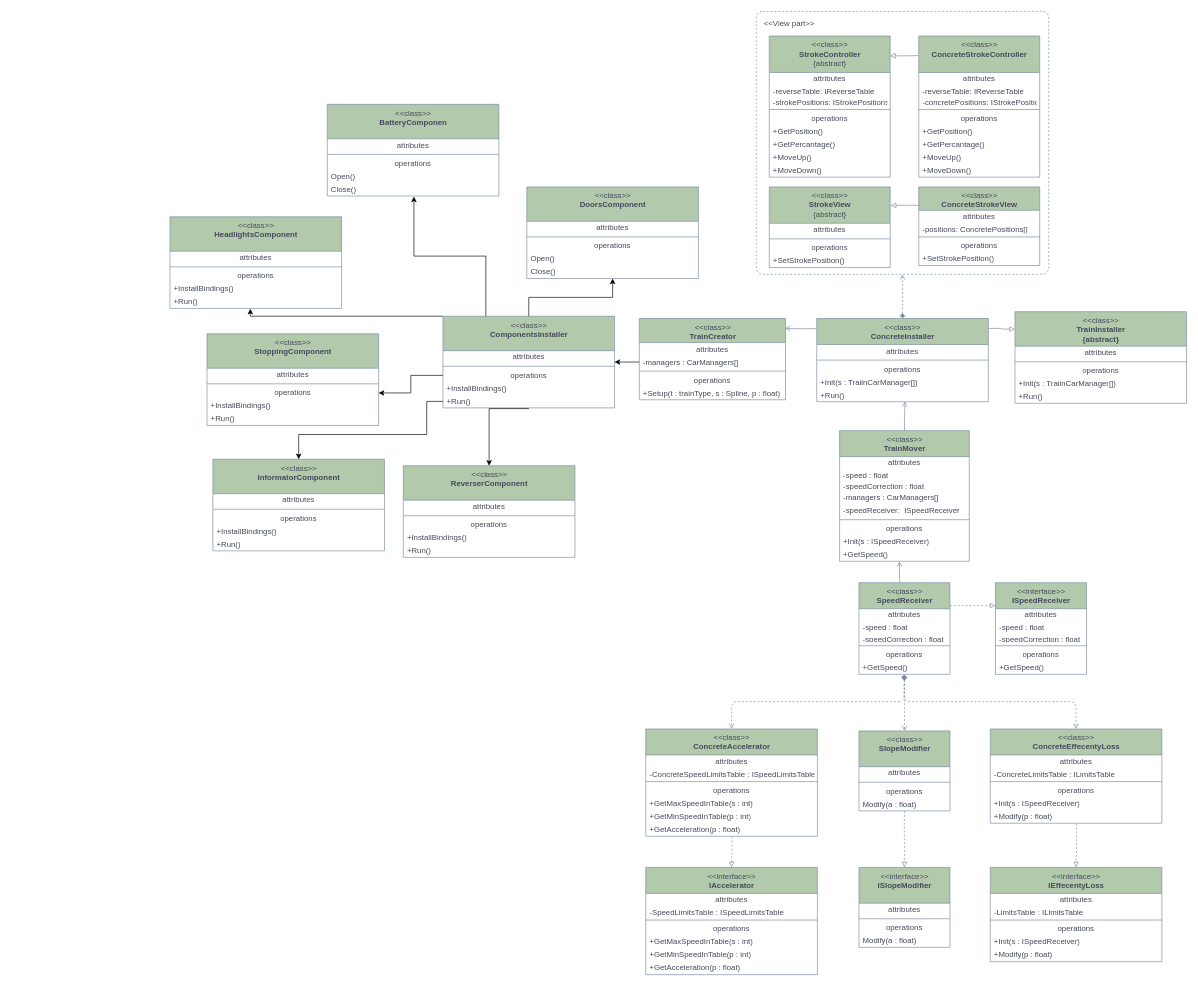
This is UML1.drawio from Artemor31/Files, a draw.io file, before an edit. Source tidied: cells renumbered, new cells numbered last; positions are measured from the earlier drawing's top-left corner, leaving out a move shared by most shapes. Both pictures are drawn from the tidied source at 65%, with x=0, y=0 at pixel (170, 11).
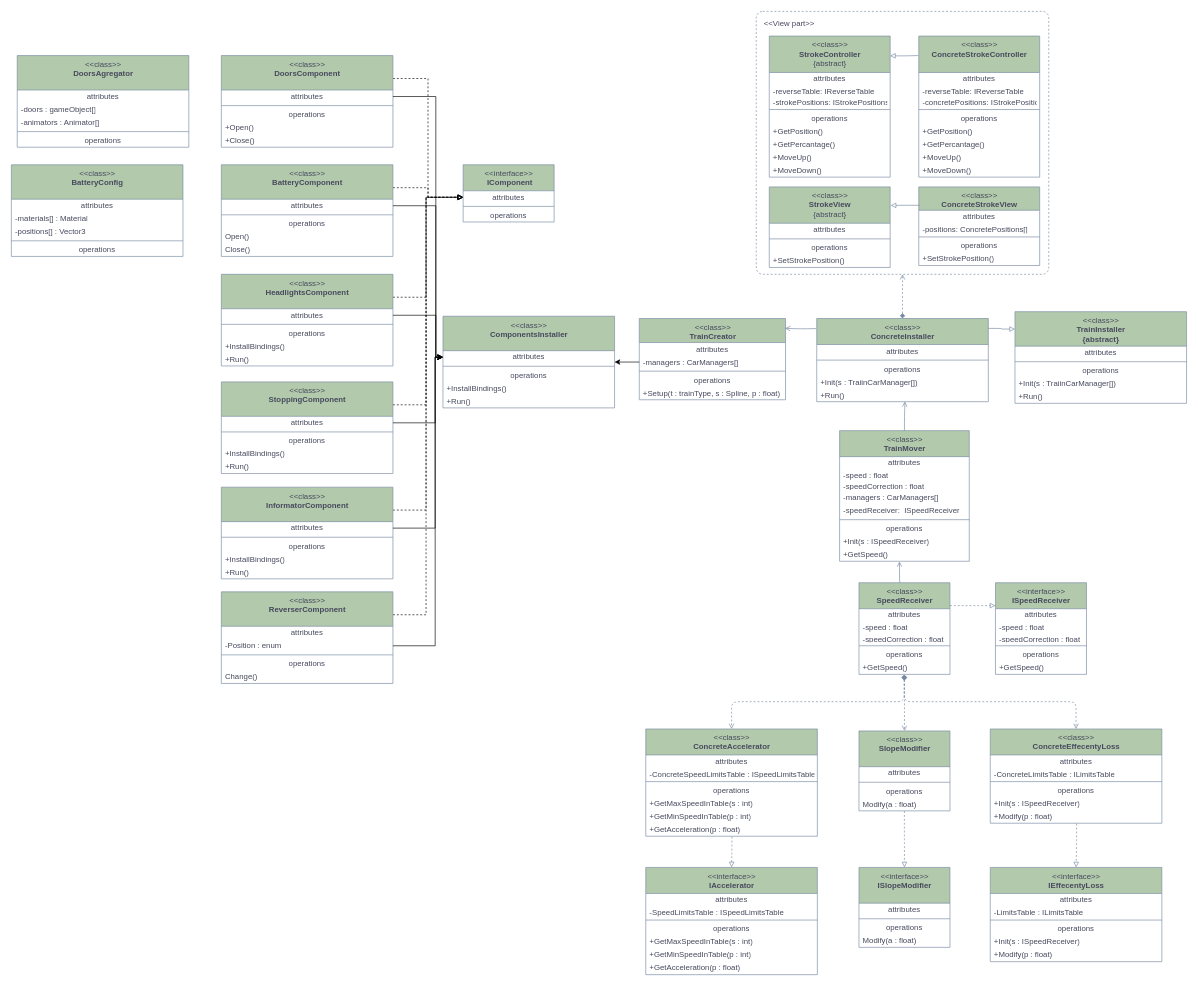
After the change.

The change refers to these unchanged cells:
```xml
<mxCell id="133" value="&amp;lt;&amp;lt;class&amp;gt;&amp;gt;&lt;br&gt;&lt;b&gt;ComponentsInstaller&lt;br&gt;&lt;/b&gt;" style="swimlane;fontStyle=0;align=center;verticalAlign=top;horizontal=1;startSize=53;html=1;fillColor=#B2C9AB;strokeColor=#788AA3;fontColor=#46495D;" parent="1" vertex="1">
  <mxGeometry x="420" y="469" width="264" height="141" as="geometry" />
</mxCell>
<mxCell id="134" value="attributes" style="text;html=1;strokeColor=none;fillColor=none;align=center;verticalAlign=middle;spacingLeft=4;spacingRight=4;overflow=hidden;points=[[0,0.5],[1,0.5]];portConstraint=eastwest;fontColor=#46495D;" parent="133" vertex="1">
  <mxGeometry y="53" width="264" height="20" as="geometry" />
</mxCell>
<mxCell id="136" value="operations" style="text;html=1;strokeColor=none;fillColor=none;align=center;verticalAlign=middle;spacingLeft=4;spacingRight=4;overflow=hidden;points=[[0,0.5],[1,0.5]];portConstraint=eastwest;fontColor=#46495D;" parent="133" vertex="1">
  <mxGeometry y="81" width="264" height="20" as="geometry" />
</mxCell>
<mxCell id="138" value="+Run()" style="text;html=1;strokeColor=none;fillColor=none;align=left;verticalAlign=middle;spacingLeft=4;spacingRight=4;overflow=hidden;points=[[0,0.5],[1,0.5]];portConstraint=eastwest;fontColor=#46495D;" parent="133" vertex="1">
  <mxGeometry y="121" width="264" height="20" as="geometry" />
</mxCell>
<mxCell id="141" value="attributes" style="text;html=1;strokeColor=none;fillColor=none;align=center;verticalAlign=middle;spacingLeft=4;spacingRight=4;overflow=hidden;points=[[0,0.5],[1,0.5]];portConstraint=eastwest;fontColor=#46495D;" parent="140" vertex="1">
  <mxGeometry y="53" width="264" height="20" as="geometry" />
</mxCell>
<mxCell id="147" value="attributes" style="text;html=1;strokeColor=none;fillColor=none;align=center;verticalAlign=middle;spacingLeft=4;spacingRight=4;overflow=hidden;points=[[0,0.5],[1,0.5]];portConstraint=eastwest;fontColor=#46495D;" parent="146" vertex="1">
  <mxGeometry y="53" width="264" height="20" as="geometry" />
</mxCell>
<mxCell id="151" value="+Run()" style="text;html=1;strokeColor=none;fillColor=none;align=left;verticalAlign=middle;spacingLeft=4;spacingRight=4;overflow=hidden;points=[[0,0.5],[1,0.5]];portConstraint=eastwest;fontColor=#46495D;" parent="146" vertex="1">
  <mxGeometry y="121" width="264" height="20" as="geometry" />
</mxCell>
<mxCell id="153" value="attributes" style="text;html=1;strokeColor=none;fillColor=none;align=center;verticalAlign=middle;spacingLeft=4;spacingRight=4;overflow=hidden;points=[[0,0.5],[1,0.5]];portConstraint=eastwest;fontColor=#46495D;" parent="152" vertex="1">
  <mxGeometry y="53" width="264" height="20" as="geometry" />
</mxCell>
<mxCell id="155" value="operations" style="text;html=1;strokeColor=none;fillColor=none;align=center;verticalAlign=middle;spacingLeft=4;spacingRight=4;overflow=hidden;points=[[0,0.5],[1,0.5]];portConstraint=eastwest;fontColor=#46495D;" parent="152" vertex="1">
  <mxGeometry y="81" width="264" height="20" as="geometry" />
</mxCell>
<mxCell id="167" value="attributes" style="text;html=1;strokeColor=none;fillColor=none;align=center;verticalAlign=middle;spacingLeft=4;spacingRight=4;overflow=hidden;points=[[0,0.5],[1,0.5]];portConstraint=eastwest;fontColor=#46495D;" parent="166" vertex="1">
  <mxGeometry y="53" width="264" height="20" as="geometry" />
</mxCell>
<mxCell id="174" value="attributes" style="text;html=1;strokeColor=none;fillColor=none;align=center;verticalAlign=middle;spacingLeft=4;spacingRight=4;overflow=hidden;points=[[0,0.5],[1,0.5]];portConstraint=eastwest;fontColor=#46495D;" parent="173" vertex="1">
  <mxGeometry y="53" width="264" height="20" as="geometry" />
</mxCell>
<mxCell id="178" value="Close()" style="text;html=1;strokeColor=none;fillColor=none;align=left;verticalAlign=middle;spacingLeft=4;spacingRight=4;overflow=hidden;points=[[0,0.5],[1,0.5]];portConstraint=eastwest;fontColor=#46495D;" parent="173" vertex="1">
  <mxGeometry y="121" width="264" height="20" as="geometry" />
</mxCell>
```

Change to the diagram source:
```diff
@@
-    <mxCell id="130" style="edgeStyle=orthogonalEdgeStyle;rounded=0;jettySize=auto;html=1;exitX=0.5;exitY=0;exitDx=0;exitDy=0;entryX=0.5;entryY=1;entryDx=0;entryDy=0;" parent="1" edge="1" source="133" target="140">
-      <mxGeometry relative="1" as="geometry" />
-    </mxCell>
-    <mxCell id="131" style="edgeStyle=orthogonalEdgeStyle;rounded=0;jettySize=auto;html=1;exitX=0;exitY=0;exitDx=0;exitDy=0;entryX=0.468;entryY=1.026;entryDx=0;entryDy=0;entryPerimeter=0;" parent="1" edge="1" source="133" target="151">
-      <mxGeometry relative="1" as="geometry">
-        <Array as="points">
-          <mxPoint x="124" y="469" />
-        </Array>
-      </mxGeometry>
-    </mxCell>
-    <mxCell id="132" style="edgeStyle=orthogonalEdgeStyle;rounded=0;jettySize=auto;html=1;exitX=0.25;exitY=0;exitDx=0;exitDy=0;entryX=0.505;entryY=1.043;entryDx=0;entryDy=0;entryPerimeter=0;" parent="1" edge="1" source="133" target="178">
-      <mxGeometry relative="1" as="geometry" />
-    </mxCell>
@@
+    <mxCell id="179" style="edgeStyle=orthogonalEdgeStyle;rounded=0;jettySize=auto;html=1;exitX=1;exitY=0.25;exitDx=0;exitDy=0;entryX=0;entryY=0.5;entryDx=0;entryDy=0;dashed=1;endArrow=block;endFill=0;" parent="1" edge="1" source="140" target="186">
+      <mxGeometry relative="1" as="geometry" />
+    </mxCell>
     <mxCell id="140" value="&amp;lt;&amp;lt;class&amp;gt;&amp;gt;&lt;br&gt;&lt;b&gt;DoorsComponent&lt;br&gt;&lt;/b&gt;" style="swimlane;fontStyle=0;align=center;verticalAlign=top;horizontal=1;startSize=53;html=1;fillColor=#B2C9AB;strokeColor=#788AA3;fontColor=#46495D;" parent="1" vertex="1">
-      <mxGeometry x="549" y="270" width="264" height="141" as="geometry" />
+      <mxGeometry x="79" y="68" width="264" height="141" as="geometry" />
     </mxCell>
@@
-    <mxCell id="144" value="Open()&lt;span style=&quot;white-space: pre;&quot;&gt;&#9;&lt;/span&gt;" style="text;html=1;strokeColor=none;fillColor=none;align=left;verticalAlign=middle;spacingLeft=4;spacingRight=4;overflow=hidden;fontColor=#46495D;" parent="140" vertex="1">
+    <mxCell id="144" value="+Open()&lt;span style=&quot;white-space: pre;&quot;&gt;&#9;&lt;/span&gt;" style="text;html=1;strokeColor=none;fillColor=none;align=left;verticalAlign=middle;spacingLeft=4;spacingRight=4;overflow=hidden;fontColor=#46495D;" parent="140" vertex="1">
       <mxGeometry y="101" width="264" height="20" as="geometry" />
     </mxCell>
-    <mxCell id="145" value="Close()" style="text;html=1;strokeColor=none;fillColor=none;align=left;verticalAlign=middle;spacingLeft=4;spacingRight=4;overflow=hidden;fontColor=#46495D;" parent="140" vertex="1">
+    <mxCell id="145" value="+Close()" style="text;html=1;strokeColor=none;fillColor=none;align=left;verticalAlign=middle;spacingLeft=4;spacingRight=4;overflow=hidden;fontColor=#46495D;" parent="140" vertex="1">
       <mxGeometry y="121" width="264" height="20" as="geometry" />
     </mxCell>
+    <mxCell id="180" style="edgeStyle=orthogonalEdgeStyle;rounded=0;jettySize=auto;html=1;exitX=1;exitY=0.25;exitDx=0;exitDy=0;entryX=0;entryY=0.5;entryDx=0;entryDy=0;dashed=1;endArrow=block;endFill=0;" parent="1" edge="1" source="146" target="186">
+      <mxGeometry relative="1" as="geometry">
+        <Array as="points">
+          <mxPoint x="394" y="440" />
+          <mxPoint x="394" y="286" />
+        </Array>
+      </mxGeometry>
+    </mxCell>
     <mxCell id="146" value="&amp;lt;&amp;lt;class&amp;gt;&amp;gt;&lt;br&gt;&lt;b&gt;HeadlightsComponent&lt;br&gt;&lt;/b&gt;" style="swimlane;fontStyle=0;align=center;verticalAlign=top;horizontal=1;startSize=53;html=1;fillColor=#B2C9AB;strokeColor=#788AA3;fontColor=#46495D;" parent="1" vertex="1">
-      <mxGeometry y="316" width="264" height="141" as="geometry" />
+      <mxGeometry x="79" y="404.5" width="264" height="141" as="geometry" />
     </mxCell>
@@
+    <mxCell id="181" style="edgeStyle=orthogonalEdgeStyle;rounded=0;jettySize=auto;html=1;exitX=1;exitY=0.25;exitDx=0;exitDy=0;entryX=0;entryY=0.5;entryDx=0;entryDy=0;dashed=1;endArrow=block;endFill=0;" parent="1" edge="1" source="152" target="186">
+      <mxGeometry relative="1" as="geometry">
+        <Array as="points">
+          <mxPoint x="394" y="605" />
+          <mxPoint x="394" y="286" />
+        </Array>
+      </mxGeometry>
+    </mxCell>
     <mxCell id="152" value="&amp;lt;&amp;lt;class&amp;gt;&amp;gt;&lt;br&gt;&lt;b&gt;StoppingComponent&lt;br&gt;&lt;/b&gt;" style="swimlane;fontStyle=0;align=center;verticalAlign=top;horizontal=1;startSize=53;html=1;fillColor=#B2C9AB;strokeColor=#788AA3;fontColor=#46495D;" parent="1" vertex="1">
-      <mxGeometry x="57" y="496" width="264" height="141" as="geometry" />
+      <mxGeometry x="79" y="570" width="264" height="141" as="geometry" />
     </mxCell>
@@
+    <mxCell id="182" style="edgeStyle=orthogonalEdgeStyle;rounded=0;jettySize=auto;html=1;exitX=1;exitY=0.25;exitDx=0;exitDy=0;entryX=0;entryY=0.5;entryDx=0;entryDy=0;dashed=1;endArrow=block;endFill=0;" parent="1" edge="1" source="158" target="186">
+      <mxGeometry relative="1" as="geometry">
+        <Array as="points">
+          <mxPoint x="394" y="928" />
+          <mxPoint x="394" y="286" />
+        </Array>
+      </mxGeometry>
+    </mxCell>
     <mxCell id="158" value="&amp;lt;&amp;lt;class&amp;gt;&amp;gt;&lt;br&gt;&lt;b&gt;ReverserComponent&lt;br&gt;&lt;/b&gt;" style="swimlane;fontStyle=0;align=center;verticalAlign=top;horizontal=1;startSize=53;html=1;fillColor=#B2C9AB;strokeColor=#788AA3;fontColor=#46495D;" parent="1" vertex="1">
-      <mxGeometry x="359" y="699" width="264" height="141" as="geometry" />
+      <mxGeometry x="79" y="893" width="264" height="141" as="geometry" />
     </mxCell>
@@
+    <mxCell id="162" value="-Position : enum" style="text;html=1;strokeColor=none;fillColor=none;align=left;verticalAlign=middle;spacingLeft=4;spacingRight=4;overflow=hidden;points=[[0,0.5],[1,0.5]];portConstraint=eastwest;fontColor=#46495D;" parent="158" vertex="1">
+      <mxGeometry y="73" width="264" height="20" as="geometry" />
+    </mxCell>
     <mxCell id="160" style="line;strokeWidth=1;fillColor=none;align=left;verticalAlign=middle;spacingTop=-1;spacingLeft=3;spacingRight=3;labelPosition=right;strokeColor=#788AA3;fontColor=#46495D;" parent="158" vertex="1">
-      <mxGeometry y="73" width="264" height="8" as="geometry" />
+      <mxGeometry y="93" width="264" height="8" as="geometry" />
     </mxCell>
     <mxCell id="161" value="operations" style="text;html=1;strokeColor=none;fillColor=none;align=center;verticalAlign=middle;spacingLeft=4;spacingRight=4;overflow=hidden;fontColor=#46495D;" parent="158" vertex="1">
-      <mxGeometry y="81" width="264" height="20" as="geometry" />
+      <mxGeometry y="101" width="264" height="20" as="geometry" />
     </mxCell>
-    <mxCell id="162" value="+InstallBindings()" style="text;html=1;strokeColor=none;fillColor=none;align=left;verticalAlign=middle;spacingLeft=4;spacingRight=4;overflow=hidden;points=[[0,0.5],[1,0.5]];portConstraint=eastwest;fontColor=#46495D;" parent="158" vertex="1">
-      <mxGeometry y="101" width="264" height="20" as="geometry" />
-    </mxCell>
-    <mxCell id="163" value="+Run()" style="text;html=1;strokeColor=none;fillColor=none;align=left;verticalAlign=middle;spacingLeft=4;spacingRight=4;overflow=hidden;fontColor=#46495D;" parent="158" vertex="1">
+    <mxCell id="163" value="Change()" style="text;html=1;strokeColor=none;fillColor=none;align=left;verticalAlign=middle;spacingLeft=4;spacingRight=4;overflow=hidden;fontColor=#46495D;" parent="158" vertex="1">
       <mxGeometry y="121" width="264" height="20" as="geometry" />
     </mxCell>
-    <mxCell id="164" style="edgeStyle=orthogonalEdgeStyle;rounded=0;jettySize=auto;html=1;exitX=0;exitY=0.5;exitDx=0;exitDy=0;entryX=1;entryY=0.5;entryDx=0;entryDy=0;" parent="1" edge="1" source="136" target="155">
-      <mxGeometry relative="1" as="geometry" />
-    </mxCell>
-    <mxCell id="165" style="edgeStyle=orthogonalEdgeStyle;rounded=0;jettySize=auto;html=1;exitX=0.501;exitY=1.055;exitDx=0;exitDy=0;entryX=0.5;entryY=0;entryDx=0;entryDy=0;exitPerimeter=0;" parent="1" edge="1" source="138" target="158">
-      <mxGeometry relative="1" as="geometry">
-        <Array as="points">
-          <mxPoint x="491" y="611" />
-          <mxPoint x="491" y="694" />
-        </Array>
-      </mxGeometry>
-    </mxCell>
+    <mxCell id="183" style="edgeStyle=orthogonalEdgeStyle;rounded=0;jettySize=auto;html=1;exitX=1;exitY=0.25;exitDx=0;exitDy=0;entryX=0;entryY=0.5;entryDx=0;entryDy=0;dashed=1;endArrow=block;endFill=0;" parent="1" edge="1" source="166" target="186">
+      <mxGeometry relative="1" as="geometry">
+        <Array as="points">
+          <mxPoint x="394" y="767" />
+          <mxPoint x="394" y="286" />
+        </Array>
+      </mxGeometry>
+    </mxCell>
     <mxCell id="166" value="&amp;lt;&amp;lt;class&amp;gt;&amp;gt;&lt;br&gt;&lt;b&gt;InformatorComponent&lt;br&gt;&lt;/b&gt;" style="swimlane;fontStyle=0;align=center;verticalAlign=top;horizontal=1;startSize=53;html=1;fillColor=#B2C9AB;strokeColor=#788AA3;fontColor=#46495D;" parent="1" vertex="1">
-      <mxGeometry x="66" y="689" width="264" height="141" as="geometry" />
+      <mxGeometry x="79" y="732" width="264" height="141" as="geometry" />
     </mxCell>
@@
-    <mxCell id="172" style="edgeStyle=orthogonalEdgeStyle;rounded=0;jettySize=auto;html=1;exitX=0;exitY=0.5;exitDx=0;exitDy=0;entryX=0.5;entryY=0;entryDx=0;entryDy=0;" parent="1" edge="1" source="138" target="166">
-      <mxGeometry relative="1" as="geometry">
-        <Array as="points">
-          <mxPoint x="395" y="600" />
-          <mxPoint x="395" y="651" />
-          <mxPoint x="198" y="651" />
-        </Array>
-      </mxGeometry>
-    </mxCell>
+    <mxCell id="184" style="edgeStyle=orthogonalEdgeStyle;rounded=0;jettySize=auto;html=1;exitX=1;exitY=0.25;exitDx=0;exitDy=0;entryX=0;entryY=0.5;entryDx=0;entryDy=0;dashed=1;endArrow=block;endFill=0;" parent="1" edge="1" source="173" target="186">
+      <mxGeometry relative="1" as="geometry" />
+    </mxCell>
-    <mxCell id="173" value="&amp;lt;&amp;lt;class&amp;gt;&amp;gt;&lt;br&gt;&lt;b&gt;BatteryComponen&lt;br&gt;&lt;br&gt;&lt;/b&gt;" style="swimlane;fontStyle=0;align=center;verticalAlign=top;horizontal=1;startSize=53;html=1;fillColor=#B2C9AB;strokeColor=#788AA3;fontColor=#46495D;" parent="1" vertex="1">
-      <mxGeometry x="242" y="143" width="264" height="141" as="geometry" />
+    <mxCell id="173" value="&amp;lt;&amp;lt;class&amp;gt;&amp;gt;&lt;br&gt;&lt;b&gt;BatteryComponent&lt;br&gt;&lt;br&gt;&lt;/b&gt;" style="swimlane;fontStyle=0;align=center;verticalAlign=top;horizontal=1;startSize=53;html=1;fillColor=#B2C9AB;strokeColor=#788AA3;fontColor=#46495D;" parent="1" vertex="1">
+      <mxGeometry x="79" y="236" width="264" height="141" as="geometry" />
     </mxCell>
@@
+    <mxCell id="185" value="&amp;lt;&amp;lt;interface&amp;gt;&amp;gt;&lt;br&gt;&lt;b&gt;&amp;nbsp;IComponent&lt;/b&gt;" style="swimlane;fontStyle=0;align=center;verticalAlign=top;horizontal=1;startSize=40;html=1;fillColor=#B2C9AB;strokeColor=#788AA3;fontColor=#46495D;" parent="1" vertex="1">
+      <mxGeometry x="451" y="236" width="140" height="88" as="geometry" />
+    </mxCell>
+    <mxCell id="186" value="attributes" style="text;html=1;strokeColor=none;fillColor=none;align=center;verticalAlign=middle;spacingLeft=4;spacingRight=4;overflow=hidden;points=[[0,0.5],[1,0.5]];portConstraint=eastwest;fontColor=#46495D;" parent="185" vertex="1">
+      <mxGeometry y="40" width="140" height="20" as="geometry" />
+    </mxCell>
+    <mxCell id="187" style="line;strokeWidth=1;fillColor=none;align=left;verticalAlign=middle;spacingTop=-1;spacingLeft=3;spacingRight=3;labelPosition=right;strokeColor=#788AA3;fontColor=#46495D;" parent="185" vertex="1">
+      <mxGeometry y="60" width="140" height="8" as="geometry" />
+    </mxCell>
+    <mxCell id="188" value="operations" style="text;html=1;strokeColor=none;fillColor=none;align=center;verticalAlign=middle;spacingLeft=4;spacingRight=4;overflow=hidden;fontColor=#46495D;" parent="185" vertex="1">
+      <mxGeometry y="68" width="140" height="20" as="geometry" />
+    </mxCell>
+    <mxCell id="189" style="edgeStyle=orthogonalEdgeStyle;rounded=0;jettySize=auto;html=1;exitX=1;exitY=0.5;exitDx=0;exitDy=0;entryX=0;entryY=0.5;entryDx=0;entryDy=0;" parent="1" edge="1" source="162" target="134">
+      <mxGeometry relative="1" as="geometry">
+        <Array as="points">
+          <mxPoint x="408" y="976" />
+          <mxPoint x="408" y="532" />
+        </Array>
+      </mxGeometry>
+    </mxCell>
+    <mxCell id="190" style="edgeStyle=orthogonalEdgeStyle;rounded=0;jettySize=auto;html=1;exitX=1;exitY=0.5;exitDx=0;exitDy=0;entryX=0;entryY=0.5;entryDx=0;entryDy=0;" parent="1" edge="1" source="167" target="134">
+      <mxGeometry relative="1" as="geometry">
+        <Array as="points">
+          <mxPoint x="408" y="795" />
+          <mxPoint x="408" y="532" />
+        </Array>
+      </mxGeometry>
+    </mxCell>
+    <mxCell id="191" style="edgeStyle=orthogonalEdgeStyle;rounded=0;jettySize=auto;html=1;exitX=1;exitY=0.5;exitDx=0;exitDy=0;entryX=0;entryY=0.5;entryDx=0;entryDy=0;" parent="1" edge="1" source="153" target="134">
+      <mxGeometry relative="1" as="geometry">
+        <Array as="points">
+          <mxPoint x="408" y="633" />
+          <mxPoint x="408" y="532" />
+        </Array>
+      </mxGeometry>
+    </mxCell>
+    <mxCell id="192" style="edgeStyle=orthogonalEdgeStyle;rounded=0;jettySize=auto;html=1;exitX=1;exitY=0.5;exitDx=0;exitDy=0;entryX=0;entryY=0.5;entryDx=0;entryDy=0;" parent="1" edge="1" source="147" target="134">
+      <mxGeometry relative="1" as="geometry">
+        <Array as="points">
+          <mxPoint x="409" y="468" />
+          <mxPoint x="409" y="532" />
+        </Array>
+      </mxGeometry>
+    </mxCell>
+    <mxCell id="193" style="edgeStyle=orthogonalEdgeStyle;rounded=0;jettySize=auto;html=1;exitX=1;exitY=0.5;exitDx=0;exitDy=0;entryX=0;entryY=0.5;entryDx=0;entryDy=0;" parent="1" edge="1" source="174" target="134">
+      <mxGeometry relative="1" as="geometry">
+        <Array as="points">
+          <mxPoint x="409" y="299" />
+          <mxPoint x="409" y="532" />
+        </Array>
+      </mxGeometry>
+    </mxCell>
+    <mxCell id="194" style="edgeStyle=orthogonalEdgeStyle;rounded=0;jettySize=auto;html=1;exitX=1;exitY=0.5;exitDx=0;exitDy=0;entryX=0;entryY=0.5;entryDx=0;entryDy=0;" parent="1" edge="1" source="141" target="134">
+      <mxGeometry relative="1" as="geometry">
+        <Array as="points">
+          <mxPoint x="409" y="131" />
+          <mxPoint x="409" y="532" />
+        </Array>
+      </mxGeometry>
+    </mxCell>
+    <mxCell id="195" value="&amp;lt;&amp;lt;class&amp;gt;&amp;gt;&lt;br&gt;&lt;b&gt;DoorsAgregator&lt;br&gt;&lt;/b&gt;" style="swimlane;fontStyle=0;align=center;verticalAlign=top;horizontal=1;startSize=53;html=1;fillColor=#B2C9AB;strokeColor=#788AA3;fontColor=#46495D;" parent="1" vertex="1">
+      <mxGeometry x="-235" y="68" width="264" height="141" as="geometry" />
+    </mxCell>
+    <mxCell id="196" value="attributes" style="text;html=1;strokeColor=none;fillColor=none;align=center;verticalAlign=middle;spacingLeft=4;spacingRight=4;overflow=hidden;fontColor=#46495D;" parent="195" vertex="1">
+      <mxGeometry y="53" width="264" height="20" as="geometry" />
+    </mxCell>
+    <mxCell id="197" value="-doors : gameObject[]" style="text;html=1;strokeColor=none;fillColor=none;align=left;verticalAlign=middle;spacingLeft=4;spacingRight=4;overflow=hidden;fontColor=#46495D;" parent="195" vertex="1">
+      <mxGeometry y="73" width="264" height="20" as="geometry" />
+    </mxCell>
+    <mxCell id="198" value="-animators : Animator[]" style="text;html=1;strokeColor=none;fillColor=none;align=left;verticalAlign=middle;spacingLeft=4;spacingRight=4;overflow=hidden;fontColor=#46495D;" parent="195" vertex="1">
+      <mxGeometry y="93" width="264" height="20" as="geometry" />
+    </mxCell>
+    <mxCell id="199" style="line;strokeWidth=1;fillColor=none;align=left;verticalAlign=middle;spacingTop=-1;spacingLeft=3;spacingRight=3;labelPosition=right;strokeColor=#788AA3;fontColor=#46495D;" parent="195" vertex="1">
+      <mxGeometry y="113" width="264" height="8" as="geometry" />
+    </mxCell>
+    <mxCell id="200" value="operations" style="text;html=1;strokeColor=none;fillColor=none;align=center;verticalAlign=middle;spacingLeft=4;spacingRight=4;overflow=hidden;fontColor=#46495D;" parent="195" vertex="1">
+      <mxGeometry y="121" width="264" height="20" as="geometry" />
+    </mxCell>
+    <mxCell id="201" value="&amp;lt;&amp;lt;class&amp;gt;&amp;gt;&lt;br&gt;&lt;b&gt;BatteryConfig&lt;br&gt;&lt;/b&gt;" style="swimlane;fontStyle=0;align=center;verticalAlign=top;horizontal=1;startSize=53;html=1;fillColor=#B2C9AB;strokeColor=#788AA3;fontColor=#46495D;" parent="1" vertex="1">
+      <mxGeometry x="-244" y="236" width="264" height="141" as="geometry" />
+    </mxCell>
+    <mxCell id="202" value="attributes" style="text;html=1;strokeColor=none;fillColor=none;align=center;verticalAlign=middle;spacingLeft=4;spacingRight=4;overflow=hidden;fontColor=#46495D;" parent="201" vertex="1">
+      <mxGeometry y="53" width="264" height="20" as="geometry" />
+    </mxCell>
+    <mxCell id="203" value="-materials[] : Material" style="text;html=1;strokeColor=none;fillColor=none;align=left;verticalAlign=middle;spacingLeft=4;spacingRight=4;overflow=hidden;fontColor=#46495D;" parent="201" vertex="1">
+      <mxGeometry y="73" width="264" height="20" as="geometry" />
+    </mxCell>
+    <mxCell id="204" value="-positions[] : Vector3" style="text;html=1;strokeColor=none;fillColor=none;align=left;verticalAlign=middle;spacingLeft=4;spacingRight=4;overflow=hidden;fontColor=#46495D;" parent="201" vertex="1">
+      <mxGeometry y="93" width="264" height="20" as="geometry" />
+    </mxCell>
+    <mxCell id="205" style="line;strokeWidth=1;fillColor=none;align=left;verticalAlign=middle;spacingTop=-1;spacingLeft=3;spacingRight=3;labelPosition=right;strokeColor=#788AA3;fontColor=#46495D;" parent="201" vertex="1">
+      <mxGeometry y="113" width="264" height="8" as="geometry" />
+    </mxCell>
+    <mxCell id="206" value="operations" style="text;html=1;strokeColor=none;fillColor=none;align=center;verticalAlign=middle;spacingLeft=4;spacingRight=4;overflow=hidden;fontColor=#46495D;" parent="201" vertex="1">
+      <mxGeometry y="121" width="264" height="20" as="geometry" />
+    </mxCell>
```
